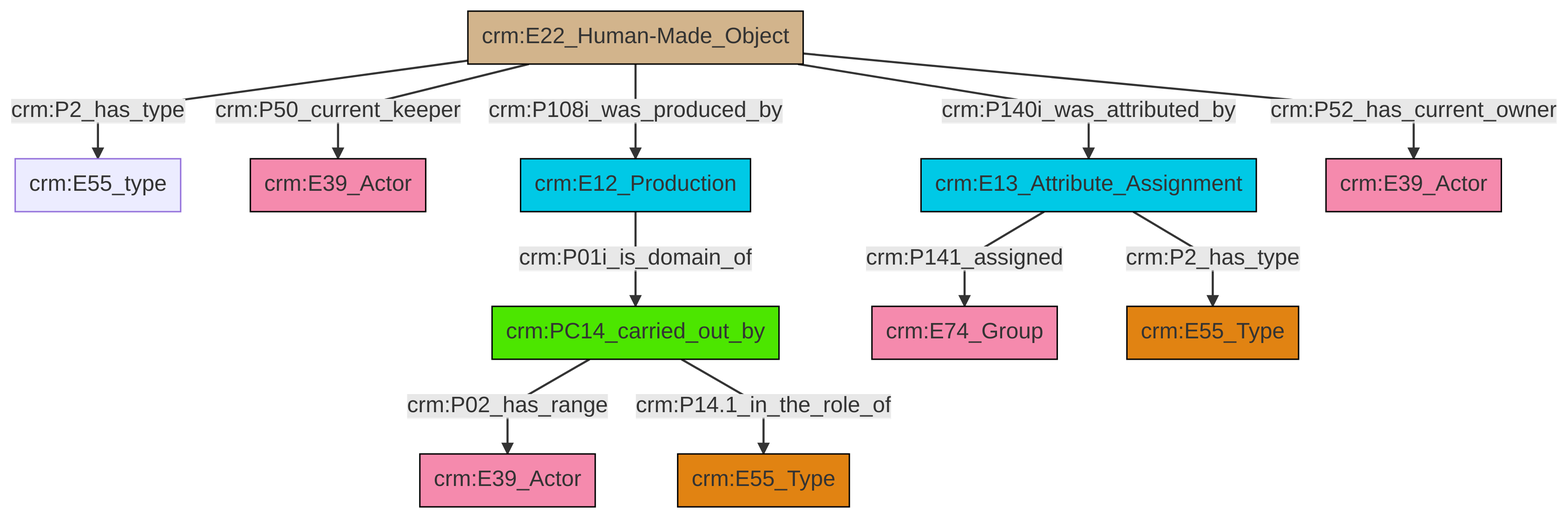
Earlier version of the Mermaid export et/artworkCSV/ttl/mmd/png/Artwork_Actor_Relations.png (swiss-art-research-net/docs.swissartresearch). Its source is kept beside it as et/artworkCSV/ttl/mmd/Artwork_Actor_Relations.ttl.mmd.
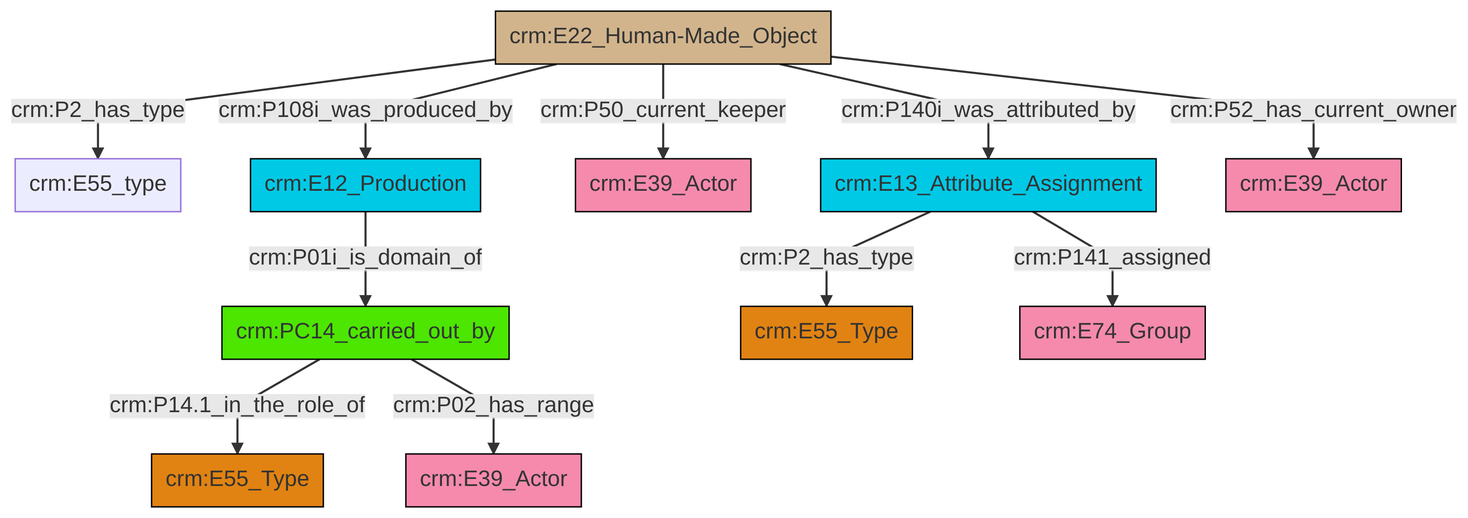
After the commit.

Diff of the diagram source:
```diff
@@ -13,13 +13,13 @@
 classDef PC_Classes fill:#4ce600, stroke:#000000;
 classDef Multi fill:#cccccc,stroke:#000000;
 
-2["crm:E12_Production"]:::Temporal_Entity -->|crm:P01i_is_domain_of| 3["crm:PC14_carried_out_by"]:::PC_Classes
-4["crm:E13_Attribute_Assignment"]:::Temporal_Entity -->|crm:P141_assigned| 5["crm:E74_Group"]:::Actor
-9["crm:E22_Human-Made_Object"]:::Physical_Thing -->|crm:P2_has_type| 10["crm:E55_type"]:::Default
-9["crm:E22_Human-Made_Object"]:::Physical_Thing -->|crm:P50_current_keeper| 11["crm:E39_Actor"]:::Actor
-3["crm:PC14_carried_out_by"]:::PC_Classes -->|crm:P02_has_range| 15["crm:E39_Actor"]:::Actor
-9["crm:E22_Human-Made_Object"]:::Physical_Thing -->|crm:P108i_was_produced_by| 2["crm:E12_Production"]:::Temporal_Entity
-4["crm:E13_Attribute_Assignment"]:::Temporal_Entity -->|crm:P2_has_type| 0["crm:E55_Type"]:::Type
-3["crm:PC14_carried_out_by"]:::PC_Classes -->|crm:P14.1_in_the_role_of| 6["crm:E55_Type"]:::Type
-9["crm:E22_Human-Made_Object"]:::Physical_Thing -->|crm:P140i_was_attributed_by| 4["crm:E13_Attribute_Assignment"]:::Temporal_Entity
-9["crm:E22_Human-Made_Object"]:::Physical_Thing -->|crm:P52_has_current_owner| 19["crm:E39_Actor"]:::Actor
+4["crm:E22_Human-Made_Object"]:::Physical_Thing -->|crm:P108i_was_produced_by| 2["crm:E12_Production"]:::Temporal_Entity
+4["crm:E22_Human-Made_Object"]:::Physical_Thing -->|crm:P52_has_current_owner| 15["crm:E39_Actor"]:::Actor
+4["crm:E22_Human-Made_Object"]:::Physical_Thing -->|crm:P50_current_keeper| 11["crm:E39_Actor"]:::Actor
+4["crm:E22_Human-Made_Object"]:::Physical_Thing -->|crm:P140i_was_attributed_by| 13["crm:E13_Attribute_Assignment"]:::Temporal_Entity
+2["crm:E12_Production"]:::Temporal_Entity -->|crm:P01i_is_domain_of| 9["crm:PC14_carried_out_by"]:::PC_Classes
+9["crm:PC14_carried_out_by"]:::PC_Classes -->|crm:P14.1_in_the_role_of| 5["crm:E55_Type"]:::Type
+13["crm:E13_Attribute_Assignment"]:::Temporal_Entity -->|crm:P141_assigned| 19["crm:E74_Group"]:::Actor
+9["crm:PC14_carried_out_by"]:::PC_Classes -->|crm:P02_has_range| 7["crm:E39_Actor"]:::Actor
+4["crm:E22_Human-Made_Object"]:::Physical_Thing -->|crm:P2_has_type| 0["crm:E55_type"]:::Default
+13["crm:E13_Attribute_Assignment"]:::Temporal_Entity -->|crm:P2_has_type| 16["crm:E55_Type"]:::Type
```
